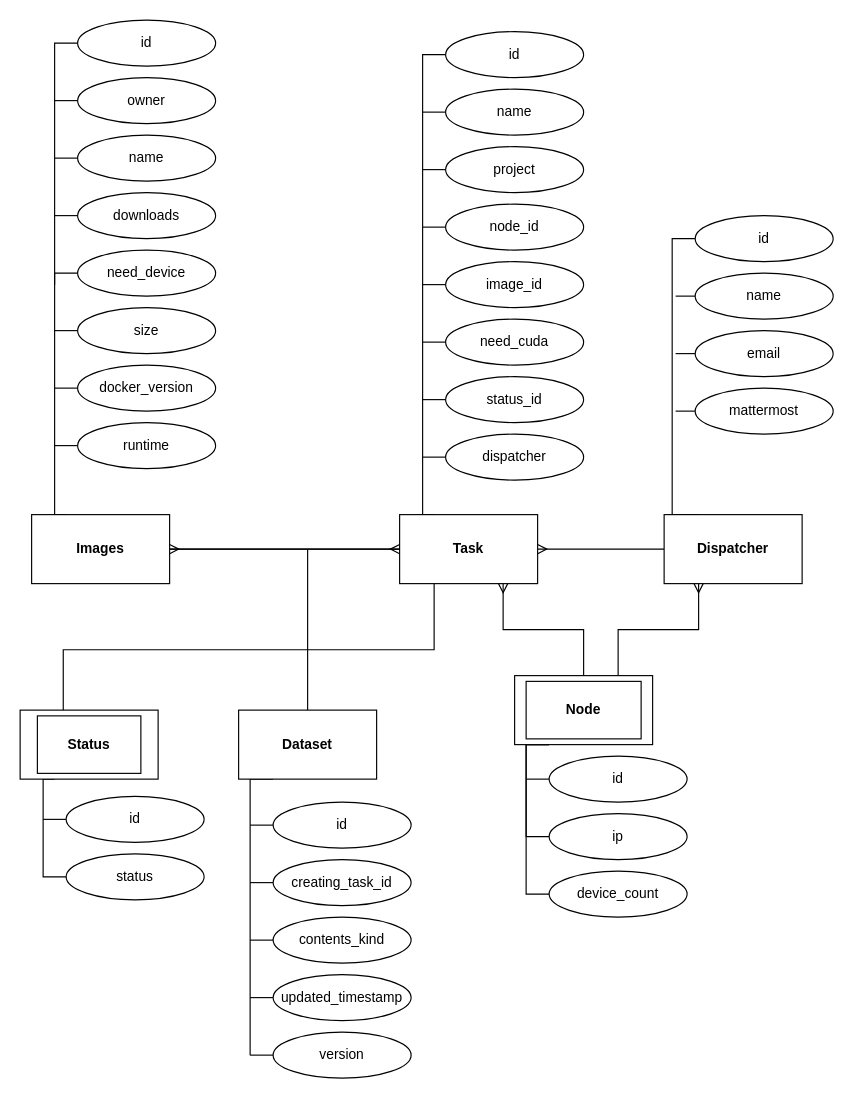
The draw.io diagram page "Page-2" (2 of 2) of labs/lab01_no_bs/er2.drawio in awarebayes/bases, before the edit. Source tidied: cells renumbered, new cells numbered last; positions are measured from the earlier drawing's top-left corner, leaving out a move shared by most shapes. Both pictures are drawn from the tidied source at 115%, with x=0, y=0 at pixel (20, 20).
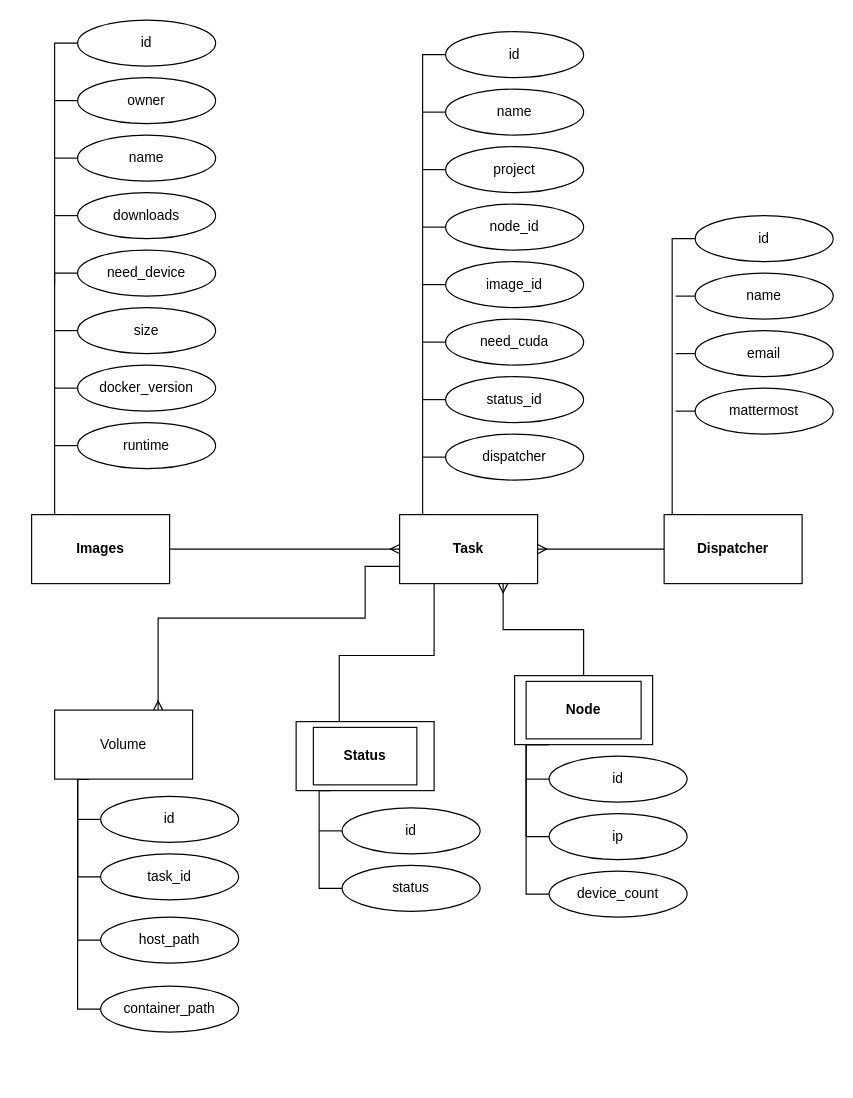
After the change.

Unchanged cells that the change refers to:
```xml
<mxCell id="5" value="&lt;span style=&quot;font-weight: 700&quot;&gt;Images&lt;/span&gt;" style="rounded=0;whiteSpace=wrap;html=1;" parent="1" vertex="1">
  <mxGeometry x="10" y="430" width="120" height="60" as="geometry" />
</mxCell>
<mxCell id="8" value="&lt;span style=&quot;font-weight: 700&quot;&gt;Task&lt;/span&gt;" style="rounded=0;whiteSpace=wrap;html=1;" parent="1" vertex="1">
  <mxGeometry x="330" y="430" width="120" height="60" as="geometry" />
</mxCell>
<mxCell id="40" value="&lt;span style=&quot;font-weight: 700&quot;&gt;Dispatcher&lt;/span&gt;" style="rounded=0;whiteSpace=wrap;html=1;" parent="1" vertex="1">
  <mxGeometry x="560" y="430" width="120" height="60" as="geometry" />
</mxCell>
<mxCell id="45" style="rounded=0;whiteSpace=wrap;html=1;" parent="1" vertex="1">
  <mxGeometry x="430" y="570" width="120" height="60" as="geometry" />
</mxCell>
```

Change to the diagram source:
```diff
@@
-    <mxCell id="9" style="edgeStyle=orthogonalEdgeStyle;rounded=0;jettySize=auto;html=1;exitX=0;exitY=0.5;exitDx=0;exitDy=0;entryX=1;entryY=0.5;entryDx=0;entryDy=0;endArrow=ERmany;endFill=0;" parent="1" edge="1" source="8" target="5">
-      <mxGeometry relative="1" as="geometry" />
-    </mxCell>
-    <mxCell id="10" style="edgeStyle=orthogonalEdgeStyle;rounded=0;jettySize=auto;html=1;exitX=0.5;exitY=0;exitDx=0;exitDy=0;endArrow=none;endFill=0;" parent="1" edge="1" source="12">
-      <mxGeometry relative="1" as="geometry">
-        <mxPoint x="250" y="460" as="targetPoint" />
-      </mxGeometry>
-    </mxCell>
-    <mxCell id="11" style="edgeStyle=orthogonalEdgeStyle;rounded=0;jettySize=auto;html=1;exitX=0.25;exitY=1;exitDx=0;exitDy=0;endArrow=none;endFill=0;" parent="1" edge="1" source="12">
-      <mxGeometry relative="1" as="geometry">
-        <mxPoint x="200" y="900" as="targetPoint" />
-        <Array as="points">
-          <mxPoint x="200" y="660" />
-        </Array>
-      </mxGeometry>
-    </mxCell>
-    <mxCell id="12" value="&lt;span style=&quot;font-weight: 700&quot;&gt;Dataset&lt;/span&gt;" style="rounded=0;whiteSpace=wrap;html=1;" parent="1" vertex="1">
-      <mxGeometry x="190" y="600" width="120" height="60" as="geometry" />
-    </mxCell>
@@
-    <mxCell id="28" style="edgeStyle=orthogonalEdgeStyle;rounded=0;jettySize=auto;html=1;exitX=0;exitY=0.5;exitDx=0;exitDy=0;endArrow=none;endFill=0;" parent="1" edge="1" source="29">
-      <mxGeometry relative="1" as="geometry">
-        <mxPoint x="200" y="700" as="targetPoint" />
-      </mxGeometry>
-    </mxCell>
-    <mxCell id="29" value="id" style="ellipse;whiteSpace=wrap;html=1;" parent="1" vertex="1">
-      <mxGeometry x="220" y="680" width="120" height="40" as="geometry" />
-    </mxCell>
-    <mxCell id="30" style="edgeStyle=orthogonalEdgeStyle;rounded=0;jettySize=auto;html=1;exitX=0;exitY=0.5;exitDx=0;exitDy=0;endArrow=none;endFill=0;" parent="1" edge="1" source="31">
-      <mxGeometry relative="1" as="geometry">
-        <mxPoint x="200" y="750" as="targetPoint" />
-      </mxGeometry>
-    </mxCell>
-    <mxCell id="31" value="creating_task_id" style="ellipse;whiteSpace=wrap;html=1;" parent="1" vertex="1">
-      <mxGeometry x="220" y="730" width="120" height="40" as="geometry" />
-    </mxCell>
-    <mxCell id="32" style="edgeStyle=orthogonalEdgeStyle;rounded=0;jettySize=auto;html=1;exitX=0;exitY=0.5;exitDx=0;exitDy=0;endArrow=none;endFill=0;" parent="1" edge="1" source="33">
-      <mxGeometry relative="1" as="geometry">
-        <mxPoint x="200" y="800" as="targetPoint" />
-      </mxGeometry>
-    </mxCell>
-    <mxCell id="33" value="contents_kind" style="ellipse;whiteSpace=wrap;html=1;" parent="1" vertex="1">
-      <mxGeometry x="220" y="780" width="120" height="40" as="geometry" />
-    </mxCell>
-    <mxCell id="34" style="edgeStyle=orthogonalEdgeStyle;rounded=0;jettySize=auto;html=1;exitX=0;exitY=0.5;exitDx=0;exitDy=0;endArrow=none;endFill=0;" parent="1" edge="1" source="35">
-      <mxGeometry relative="1" as="geometry">
-        <mxPoint x="200" y="850" as="targetPoint" />
-      </mxGeometry>
-    </mxCell>
-    <mxCell id="35" value="updated_timestamp" style="ellipse;whiteSpace=wrap;html=1;" parent="1" vertex="1">
-      <mxGeometry x="220" y="830" width="120" height="40" as="geometry" />
-    </mxCell>
-    <mxCell id="36" style="edgeStyle=orthogonalEdgeStyle;rounded=0;jettySize=auto;html=1;exitX=0;exitY=0.5;exitDx=0;exitDy=0;endArrow=none;endFill=0;" parent="1" edge="1" source="37">
-      <mxGeometry relative="1" as="geometry">
-        <mxPoint x="200" y="900" as="targetPoint" />
-      </mxGeometry>
-    </mxCell>
-    <mxCell id="37" value="version" style="ellipse;whiteSpace=wrap;html=1;" parent="1" vertex="1">
-      <mxGeometry x="220" y="880" width="120" height="40" as="geometry" />
-    </mxCell>
@@
-    <mxCell id="42" style="edgeStyle=orthogonalEdgeStyle;rounded=0;jettySize=auto;html=1;exitX=0.75;exitY=0;exitDx=0;exitDy=0;endArrow=ERmany;endFill=0;entryX=0.25;entryY=1;entryDx=0;entryDy=0;" parent="1" edge="1" source="45" target="40">
-      <mxGeometry relative="1" as="geometry" />
-    </mxCell>
@@
     <mxCell id="46" style="edgeStyle=orthogonalEdgeStyle;rounded=0;jettySize=auto;html=1;exitX=0.25;exitY=1;exitDx=0;exitDy=0;entryX=0;entryY=0.5;entryDx=0;entryDy=0;endArrow=none;endFill=0;" parent="1" edge="1" source="47" target="65">
       <mxGeometry relative="1" as="geometry">
         <Array as="points">
-          <mxPoint x="20" y="660" />
-          <mxPoint x="20" y="745" />
+          <mxPoint x="260" y="670" />
+          <mxPoint x="260" y="755" />
         </Array>
       </mxGeometry>
     </mxCell>
     <mxCell id="47" style="rounded=0;whiteSpace=wrap;html=1;" parent="1" vertex="1">
-      <mxGeometry y="600" width="120" height="60" as="geometry" />
+      <mxGeometry x="240" y="610" width="120" height="60" as="geometry" />
     </mxCell>
@@
     <mxCell id="63" style="edgeStyle=orthogonalEdgeStyle;rounded=0;jettySize=auto;html=1;exitX=0;exitY=0.5;exitDx=0;exitDy=0;endArrow=none;endFill=0;" parent="1" edge="1" source="64">
       <mxGeometry relative="1" as="geometry">
-        <mxPoint x="20" y="695.3" as="targetPoint" />
+        <mxPoint x="260" y="705.3" as="targetPoint" />
       </mxGeometry>
     </mxCell>
     <mxCell id="64" value="id" style="ellipse;whiteSpace=wrap;html=1;" parent="1" vertex="1">
-      <mxGeometry x="40" y="675" width="120" height="40" as="geometry" />
+      <mxGeometry x="280" y="685" width="120" height="40" as="geometry" />
     </mxCell>
     <mxCell id="65" value="status" style="ellipse;whiteSpace=wrap;html=1;" parent="1" vertex="1">
-      <mxGeometry x="40" y="725" width="120" height="40" as="geometry" />
+      <mxGeometry x="280" y="735" width="120" height="40" as="geometry" />
     </mxCell>
@@
     <mxCell id="77" value="&lt;b&gt;Status&lt;/b&gt;" style="rounded=0;whiteSpace=wrap;html=1;" parent="1" vertex="1">
-      <mxGeometry x="15" y="605" width="90" height="50" as="geometry" />
+      <mxGeometry x="255" y="615" width="90" height="50" as="geometry" />
     </mxCell>
@@
+    <mxCell id="79" style="edgeStyle=orthogonalEdgeStyle;rounded=0;jettySize=auto;html=1;exitX=0.25;exitY=1;exitDx=0;exitDy=0;entryX=0;entryY=0.5;entryDx=0;entryDy=0;endArrow=none;endFill=0;" parent="1" edge="1" source="83" target="85">
+      <mxGeometry relative="1" as="geometry">
+        <Array as="points">
+          <mxPoint x="50" y="660" />
+          <mxPoint x="50" y="745" />
+        </Array>
+      </mxGeometry>
+    </mxCell>
+    <mxCell id="80" style="edgeStyle=orthogonalEdgeStyle;rounded=0;html=1;exitX=0.25;exitY=1;exitDx=0;exitDy=0;entryX=0;entryY=0.5;entryDx=0;entryDy=0;startArrow=none;startFill=0;endArrow=none;endFill=0;" parent="1" edge="1" source="83" target="86">
+      <mxGeometry relative="1" as="geometry">
+        <Array as="points">
+          <mxPoint x="50" y="660" />
+          <mxPoint x="50" y="800" />
+        </Array>
+      </mxGeometry>
+    </mxCell>
+    <mxCell id="81" style="edgeStyle=orthogonalEdgeStyle;rounded=0;html=1;exitX=0.25;exitY=1;exitDx=0;exitDy=0;entryX=0;entryY=0.5;entryDx=0;entryDy=0;startArrow=none;startFill=0;endArrow=none;endFill=0;" parent="1" edge="1" source="83" target="87">
+      <mxGeometry relative="1" as="geometry">
+        <Array as="points">
+          <mxPoint x="50" y="660" />
+          <mxPoint x="50" y="860" />
+        </Array>
+      </mxGeometry>
+    </mxCell>
+    <mxCell id="82" style="edgeStyle=orthogonalEdgeStyle;rounded=0;html=1;exitX=0.75;exitY=0;exitDx=0;exitDy=0;entryX=0;entryY=0.75;entryDx=0;entryDy=0;startArrow=ERmany;startFill=0;endArrow=none;endFill=0;" parent="1" edge="1" source="83" target="8">
+      <mxGeometry relative="1" as="geometry">
+        <Array as="points">
+          <mxPoint x="120" y="520" />
+          <mxPoint x="300" y="520" />
+          <mxPoint x="300" y="475" />
+        </Array>
+      </mxGeometry>
+    </mxCell>
+    <mxCell id="83" value="Volume" style="rounded=0;whiteSpace=wrap;html=1;" parent="1" vertex="1">
+      <mxGeometry x="30" y="600" width="120" height="60" as="geometry" />
+    </mxCell>
+    <mxCell id="84" style="edgeStyle=orthogonalEdgeStyle;rounded=0;jettySize=auto;html=1;exitX=0;exitY=0.5;exitDx=0;exitDy=0;endArrow=none;endFill=0;" parent="1" edge="1" source="29">
+      <mxGeometry relative="1" as="geometry">
+        <mxPoint x="50" y="695.3" as="targetPoint" />
+      </mxGeometry>
+    </mxCell>
+    <mxCell id="29" value="id" style="ellipse;whiteSpace=wrap;html=1;" parent="1" vertex="1">
+      <mxGeometry x="70" y="675" width="120" height="40" as="geometry" />
+    </mxCell>
+    <mxCell id="85" value="task_id" style="ellipse;whiteSpace=wrap;html=1;" parent="1" vertex="1">
+      <mxGeometry x="70" y="725" width="120" height="40" as="geometry" />
+    </mxCell>
+    <mxCell id="86" value="host_path" style="ellipse;whiteSpace=wrap;html=1;" parent="1" vertex="1">
+      <mxGeometry x="70" y="780" width="120" height="40" as="geometry" />
+    </mxCell>
+    <mxCell id="87" value="container_path" style="ellipse;whiteSpace=wrap;html=1;" parent="1" vertex="1">
+      <mxGeometry x="70" y="840" width="120" height="40" as="geometry" />
+    </mxCell>
```
